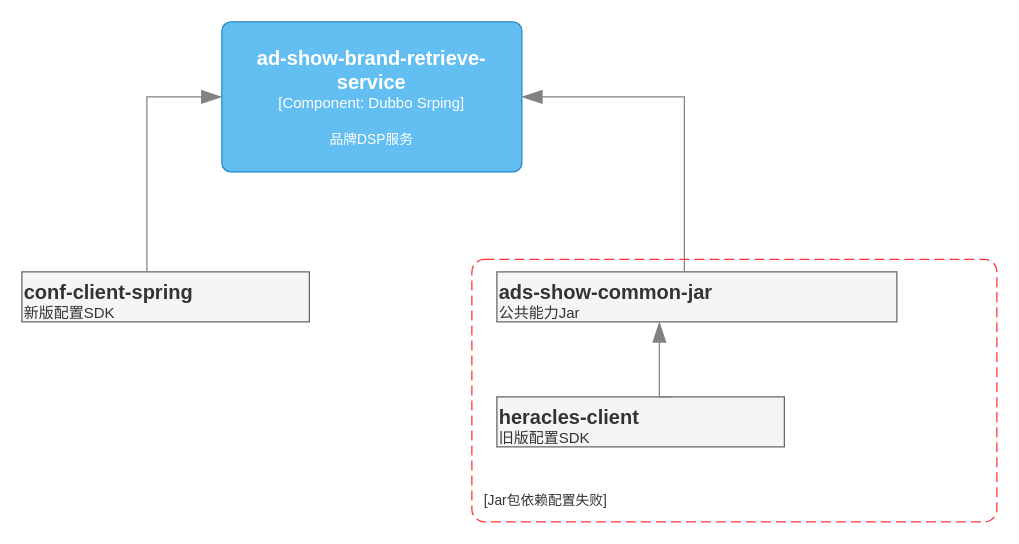
This is page "新老SDK兼容问题" (14 of 14) of universal-engine/配置中心V1.0.drawio from karlchan-cn/drawio-repository, a draw.io file, before an edit. Source tidied: cells renumbered, new cells numbered last; positions are measured from the earlier drawing's top-left corner, leaving out a move shared by most shapes. Both pictures are drawn from the tidied source at 125%, with x=0, y=0 at pixel (21, 21).
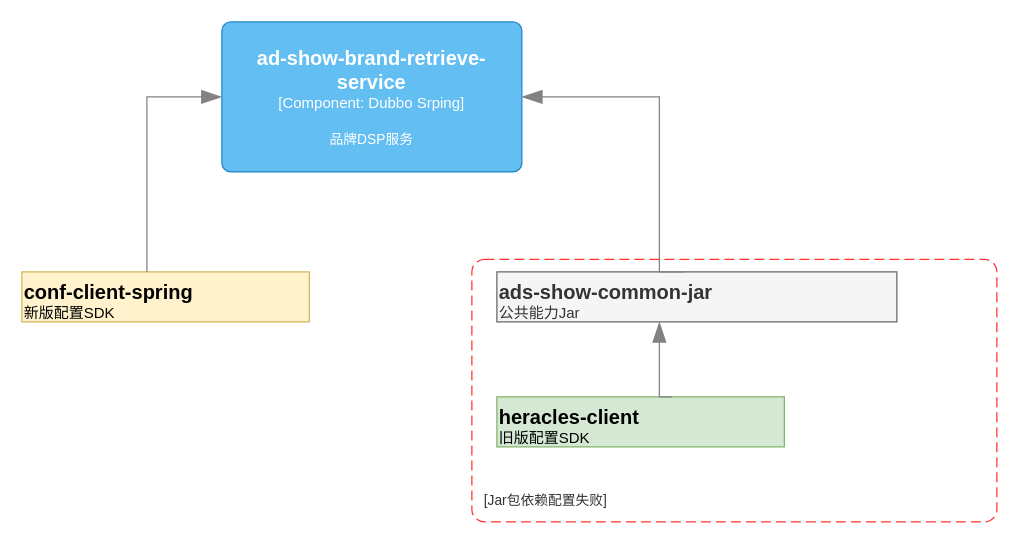
The same page after the edit.

Diff of the diagram source:
```diff
@@
 <mxGraphModel>
   <root>
     <mxCell id="0" />
     <mxCell id="1" parent="0" />
     <object id="2" label="&lt;font style=&quot;font-size: 16px&quot;&gt;&lt;b&gt;&lt;div style=&quot;text-align: left&quot;&gt;%c4Name%&lt;/div&gt;&lt;/b&gt;&lt;/font&gt;&lt;div style=&quot;text-align: left&quot;&gt;%c4Description%&lt;/div&gt;" c4Description="新版配置SDK" c4Name="conf-client-spring" placeholders="1">
-      <mxCell style="text;html=1;strokeColor=#666666;fillColor=#f5f5f5;align=left;verticalAlign=top;whiteSpace=wrap;rounded=0;fontColor=#333333;" parent="1" vertex="1">
+      <mxCell style="text;html=1;strokeColor=#d6b656;fillColor=#fff2cc;align=left;verticalAlign=top;whiteSpace=wrap;rounded=0;" parent="1" vertex="1">
         <mxGeometry y="200" width="230" height="40" as="geometry" />
       </mxCell>
     </object>
     <object id="3" label="&lt;font style=&quot;font-size: 16px&quot;&gt;&lt;b&gt;&lt;div style=&quot;text-align: left&quot;&gt;%c4Name%&lt;/div&gt;&lt;/b&gt;&lt;/font&gt;&lt;div style=&quot;text-align: left&quot;&gt;%c4Description%&lt;/div&gt;" c4Description="公共能力Jar" c4Name="ads-show-common-jar" placeholders="1">
       <mxCell style="text;html=1;strokeColor=#666666;fillColor=#f5f5f5;align=left;verticalAlign=top;whiteSpace=wrap;rounded=0;fontColor=#333333;" parent="1" vertex="1">
         <mxGeometry x="380" y="200" width="320" height="40" as="geometry" />
       </mxCell>
     </object>
     <object id="4" label="&lt;font style=&quot;font-size: 16px&quot;&gt;&lt;b&gt;%c4Name%&lt;/b&gt;&lt;/font&gt;&lt;div&gt;[%c4Type%: %c4Technology%]&lt;/div&gt;&lt;br&gt;&lt;div&gt;&lt;font style=&quot;font-size: 11px&quot;&gt;%c4Description%&lt;/font&gt;&lt;/div&gt;" c4Description="品牌DSP服务" c4Name="ad-show-brand-retrieve-service" c4Technology="Dubbo Srping" c4Type="Component" placeholders="1">
       <mxCell style="rounded=1;whiteSpace=wrap;html=1;labelBackgroundColor=none;fillColor=#63BEF2;fontColor=#ffffff;align=center;arcSize=6;strokeColor=#2086C9;points=[[0.25,0,0],[0.5,0,0],[0.75,0,0],[1,0.25,0],[1,0.5,0],[1,0.75,0],[0.75,1,0],[0.5,1,0],[0.25,1,0],[0,0.75,0],[0,0.5,0],[0,0.25,0]];" parent="1" vertex="1">
         <mxGeometry x="160" width="240" height="120" as="geometry" />
       </mxCell>
     </object>
     <object id="5" label="&lt;font style=&quot;font-size: 16px&quot;&gt;&lt;b&gt;&lt;div style=&quot;text-align: left&quot;&gt;%c4Name%&lt;/div&gt;&lt;/b&gt;&lt;/font&gt;&lt;div style=&quot;text-align: left&quot;&gt;%c4Description%&lt;/div&gt;" c4Description="旧版配置SDK" c4Name="heracles-client" placeholders="1">
-      <mxCell style="text;html=1;strokeColor=#666666;fillColor=#f5f5f5;align=left;verticalAlign=top;whiteSpace=wrap;rounded=0;fontColor=#333333;" parent="1" vertex="1">
+      <mxCell style="text;html=1;strokeColor=#82b366;fillColor=#d5e8d4;align=left;verticalAlign=top;whiteSpace=wrap;rounded=0;" parent="1" vertex="1">
         <mxGeometry x="380" y="300" width="230" height="40" as="geometry" />
       </mxCell>
     </object>
     <mxCell id="6" style="endArrow=blockThin;html=1;fontSize=10;fontColor=#404040;strokeWidth=1;endFill=1;strokeColor=#828282;elbow=vertical;endSize=14;startSize=14;jumpStyle=arc;jumpSize=16;rounded=0;edgeStyle=orthogonalEdgeStyle;entryX=0;entryY=0.5;entryDx=0;entryDy=0;entryPerimeter=0;" parent="1" edge="1" target="4">
       <mxGeometry relative="1" as="geometry">
         <mxPoint x="100" y="200" as="sourcePoint" />
         <Array as="points">
           <mxPoint x="100" y="60" />
         </Array>
       </mxGeometry>
     </mxCell>
     <mxCell id="7" style="endArrow=blockThin;html=1;fontSize=10;fontColor=#404040;strokeWidth=1;endFill=1;strokeColor=#828282;elbow=vertical;endSize=14;startSize=14;jumpStyle=arc;jumpSize=16;rounded=0;edgeStyle=orthogonalEdgeStyle;entryX=1;entryY=0.5;entryDx=0;entryDy=0;entryPerimeter=0;" parent="1" edge="1" target="4">
       <mxGeometry relative="1" as="geometry">
         <mxPoint x="530" y="200" as="sourcePoint" />
         <Array as="points">
-          <mxPoint x="530" y="180" />
-          <mxPoint x="530" y="60" />
+          <mxPoint x="510" y="200" />
+          <mxPoint x="510" y="60" />
         </Array>
       </mxGeometry>
     </mxCell>
     <mxCell id="8" style="endArrow=blockThin;html=1;fontSize=10;fontColor=#404040;strokeWidth=1;endFill=1;strokeColor=#828282;elbow=vertical;endSize=14;startSize=14;jumpStyle=arc;jumpSize=16;rounded=0;edgeStyle=orthogonalEdgeStyle;" parent="1" edge="1">
       <mxGeometry relative="1" as="geometry">
         <mxPoint x="520" y="300" as="sourcePoint" />
         <mxPoint x="510" y="240" as="targetPoint" />
         <Array as="points">
           <mxPoint x="510" y="300" />
           <mxPoint x="510" y="240" />
         </Array>
       </mxGeometry>
     </mxCell>
     <object id="9" label="&lt;font style=&quot;font-size: 16px&quot;&gt;&lt;b&gt;&lt;div style=&quot;text-align: left&quot;&gt;%c4Name%&lt;/div&gt;&lt;/b&gt;&lt;/font&gt;&lt;div style=&quot;text-align: left&quot;&gt;[%c4Application%]&lt;/div&gt;" c4Application="Jar包依赖配置失败" c4Name="" placeholders="1">
       <mxCell style="rounded=1;fontSize=11;whiteSpace=wrap;html=1;dashed=1;arcSize=20;fillColor=none;strokeColor=#FF3333;fontColor=#333333;labelBackgroundColor=none;align=left;verticalAlign=bottom;labelBorderColor=none;spacingTop=0;spacing=10;dashPattern=8 4;perimeter=rectanglePerimeter;noLabel=0;labelPadding=0;absoluteArcSize=1;" parent="1" vertex="1">
         <mxGeometry x="360" y="190" width="420" height="210" as="geometry" />
       </mxCell>
     </object>
   </root>
 </mxGraphModel>
```
